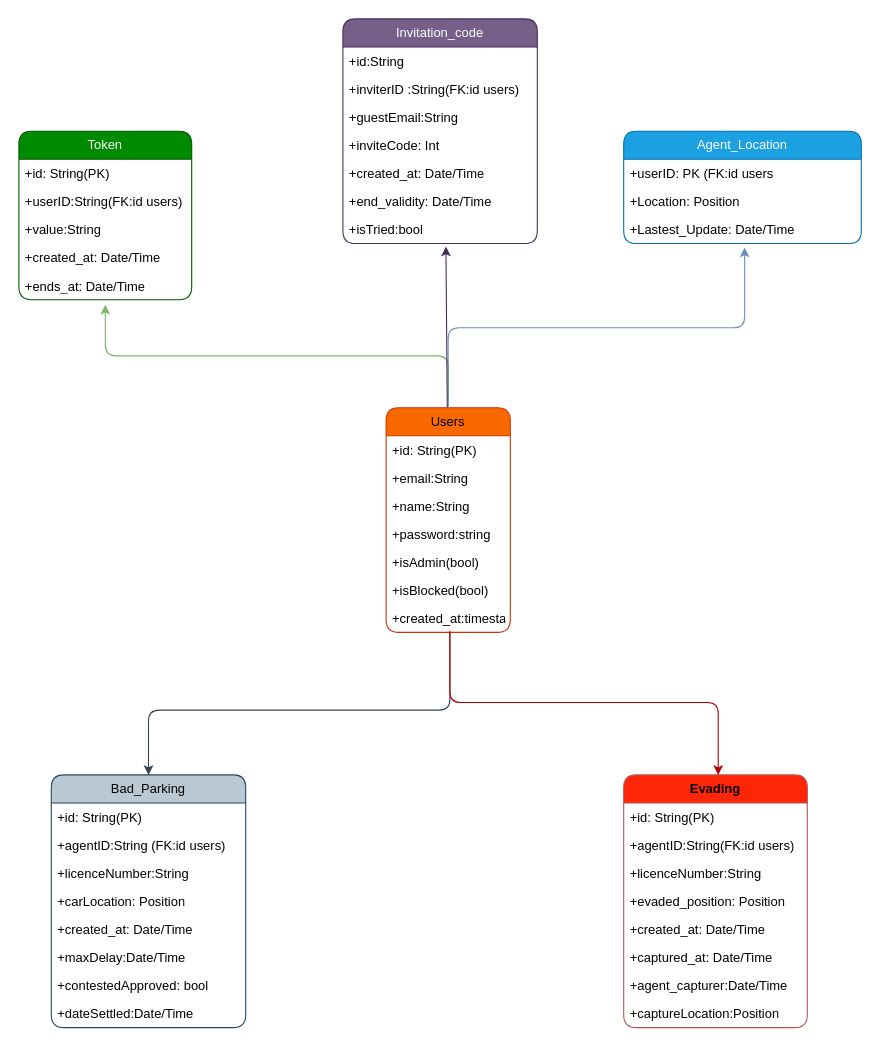
Before: page "Database-Schema" (1 of 4) of _layout/diagrams.drawio in SaahRosine/Automated-nutrition-and-fitness-assistant-, a draw.io diagram. Source tidied: cells renumbered, new cells numbered last; positions are measured from the earlier drawing's top-left corner, leaving out a move shared by most shapes. Both pictures are drawn from the tidied source at 108%, with x=0, y=0 at pixel (18, 18).
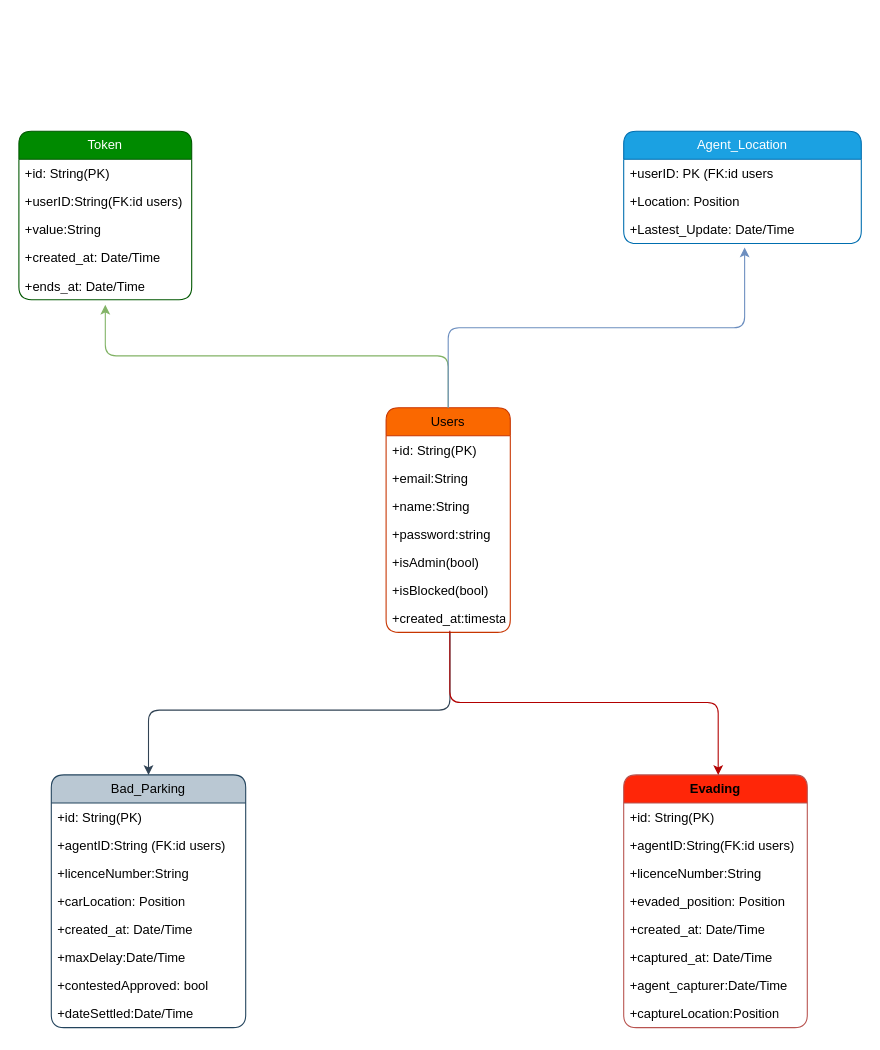
After the change.

Unchanged cells that the change refers to:
```xml
<mxCell id="2" value="Users" style="swimlane;fontStyle=0;horizontal=1;startSize=26;fillColor=#fa6800;whiteSpace=wrap;html=1;fontColor=#000000;strokeColor=#C73500;rounded=1;" parent="1" vertex="1">
  <mxGeometry x="340" y="360" width="115" height="208" as="geometry" />
</mxCell>
```

What changed in the source:
```diff
@@
-    <mxCell id="42" value="Invitation_code" style="swimlane;fontStyle=0;horizontal=1;startSize=26;fillColor=#76608a;whiteSpace=wrap;html=1;rounded=1;fontColor=#ffffff;strokeColor=#432D57;" parent="1" vertex="1">
-      <mxGeometry x="300" width="180" height="208" as="geometry" />
-    </mxCell>
-    <mxCell id="43" value="+id:String" style="text;strokeColor=none;fillColor=none;align=left;verticalAlign=top;spacingLeft=4;spacingRight=4;overflow=hidden;whiteSpace=wrap;html=1;" parent="42" vertex="1">
-      <mxGeometry y="26" width="180" height="26" as="geometry" />
-    </mxCell>
-    <mxCell id="44" value="+inviterID :String(FK:id users)" style="text;strokeColor=none;fillColor=none;align=left;verticalAlign=top;spacingLeft=4;spacingRight=4;overflow=hidden;whiteSpace=wrap;html=1;" parent="42" vertex="1">
-      <mxGeometry y="52" width="180" height="26" as="geometry" />
-    </mxCell>
-    <mxCell id="45" value="+guestEmail:String" style="text;strokeColor=none;fillColor=none;align=left;verticalAlign=top;spacingLeft=4;spacingRight=4;overflow=hidden;whiteSpace=wrap;html=1;" parent="42" vertex="1">
-      <mxGeometry y="78" width="180" height="26" as="geometry" />
-    </mxCell>
-    <mxCell id="46" value="+inviteCode: Int" style="text;strokeColor=none;fillColor=none;align=left;verticalAlign=top;spacingLeft=4;spacingRight=4;overflow=hidden;whiteSpace=wrap;html=1;" parent="42" vertex="1">
-      <mxGeometry y="104" width="180" height="26" as="geometry" />
-    </mxCell>
-    <mxCell id="47" value="+created_at: Date/Time" style="text;strokeColor=none;fillColor=none;align=left;verticalAlign=top;spacingLeft=4;spacingRight=4;overflow=hidden;whiteSpace=wrap;html=1;" parent="42" vertex="1">
-      <mxGeometry y="130" width="180" height="26" as="geometry" />
-    </mxCell>
-    <mxCell id="48" value="+end_validity: Date/Time" style="text;strokeColor=none;fillColor=none;align=left;verticalAlign=top;spacingLeft=4;spacingRight=4;overflow=hidden;whiteSpace=wrap;html=1;" parent="42" vertex="1">
-      <mxGeometry y="156" width="180" height="26" as="geometry" />
-    </mxCell>
-    <mxCell id="49" value="+isTried:bool" style="text;strokeColor=none;fillColor=none;align=left;verticalAlign=top;spacingLeft=4;spacingRight=4;overflow=hidden;points=[[0,0.5],[1,0.5]];portConstraint=eastwest;whiteSpace=wrap;html=1;" parent="42" vertex="1">
-      <mxGeometry y="182" width="180" height="26" as="geometry" />
-    </mxCell>
-    <mxCell id="50" style="edgeStyle=none;rounded=1;html=1;entryX=0.53;entryY=1.108;entryDx=0;entryDy=0;entryPerimeter=0;fillColor=#76608a;strokeColor=#432D57;" parent="1" edge="1" source="2" target="49">
-      <mxGeometry relative="1" as="geometry" />
-    </mxCell>
```
